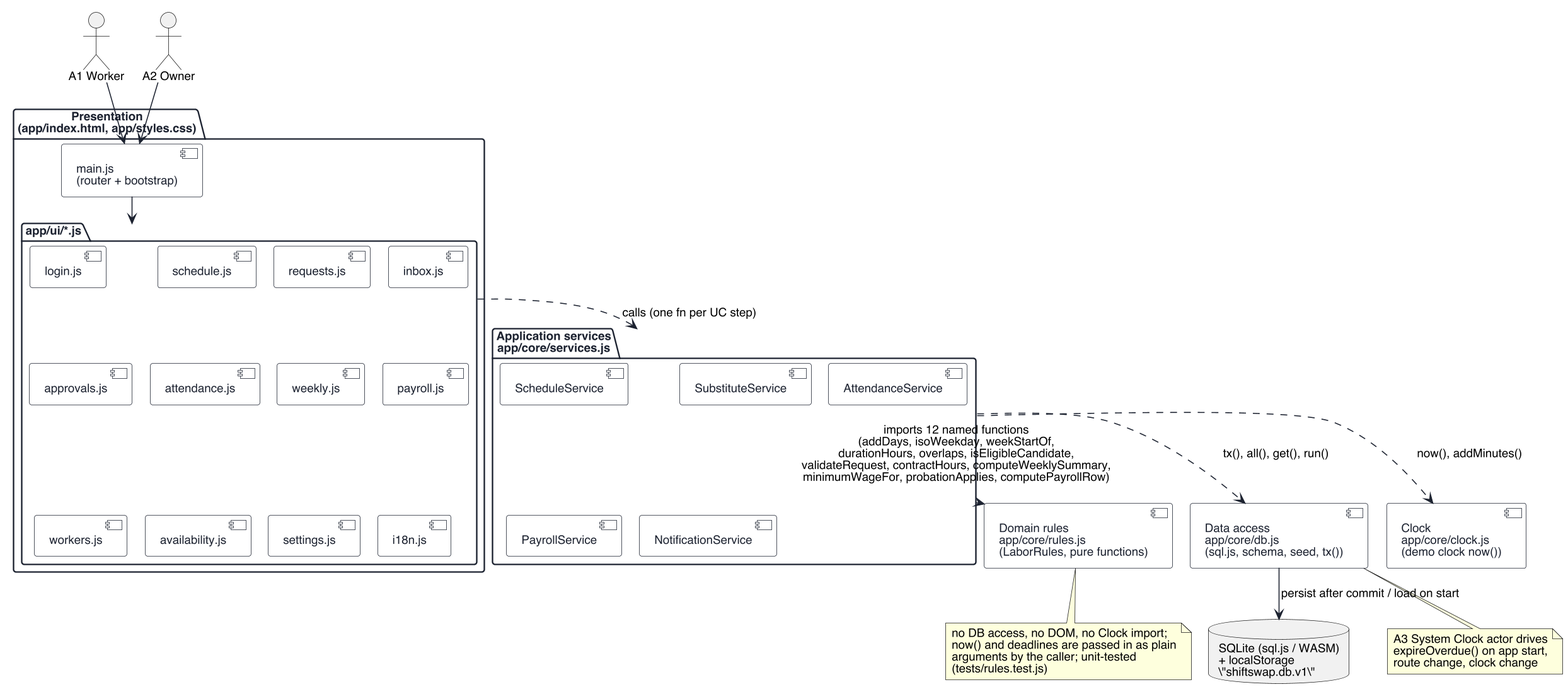
keemlogan/shiftswap keeps this PlantUML diagram as uml/component.png. Above is the earlier version.
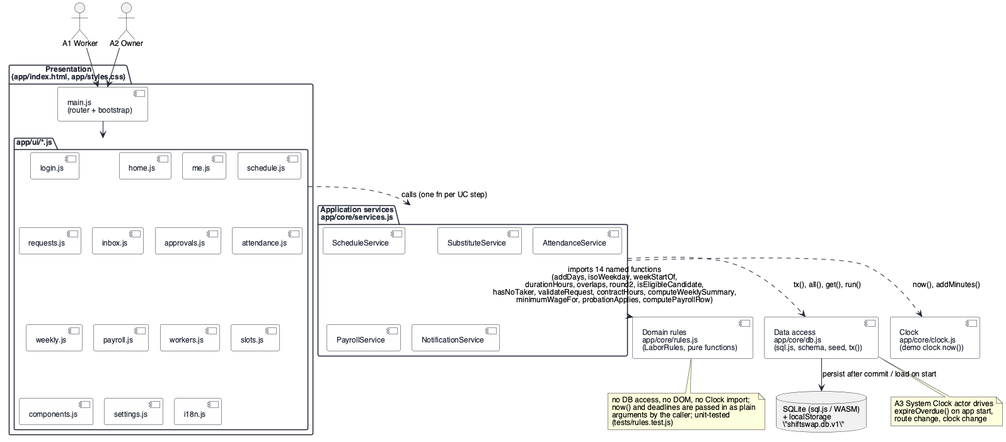
After the change.

The edit, as a diff of the source:
```diff
@@ -1,5 +1,4 @@
 @startuml component
-skinparamlocked dpi 150
 !pragma layout smetana
 skinparam defaultFontName "Helvetica"
 skinparam defaultFontSize 12
@@ -28,6 +27,8 @@
   [main.js\n(router + bootstrap)] as Main
   package "app/ui/*.js" as UI {
     [login.js]
+    [home.js]
+    [me.js]
     [schedule.js]
     [requests.js]
     [inbox.js]
@@ -36,7 +37,8 @@
     [weekly.js]
     [payroll.js]
     [workers.js]
-    [availability.js]
+    [slots.js]
+    [components.js]
     [settings.js]
     [i18n.js]
   }
@@ -63,7 +65,7 @@
 Main --> UI
 
 UI ..> AppServices : calls (one fn per UC step)
-AppServices ..> Rules : imports 12 named functions\n(addDays, isoWeekday, weekStartOf,\ndurationHours, overlaps, isEligibleCandidate,\nvalidateRequest, contractHours, computeWeeklySummary,\nminimumWageFor, probationApplies, computePayrollRow)
+AppServices ..> Rules : imports 14 named functions\n(addDays, isoWeekday, weekStartOf,\ndurationHours, overlaps, round2, isEligibleCandidate,\nhasNoTaker, validateRequest, contractHours, computeWeeklySummary,\nminimumWageFor, probationApplies, computePayrollRow)
 AppServices ..> DBModule : tx(), all(), get(), run()
 AppServices ..> Clock : now(), addMinutes()
 DBModule --> Storage : persist after commit / load on start
```
